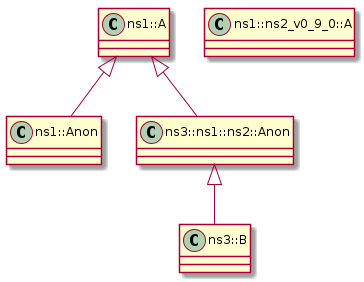
Earlier version of the PlantUML export docs/test_cases/t00015_class.png (bkryza/clang-uml). Its diagram source:
```plantuml
@startuml
class "ns1::A" as C_0000000185

class "ns1::ns2_v0_9_0::A" as C_0000000187

class "ns1::Anon" as C_0000000189

class "ns3::ns1::ns2::Anon" as C_0000000191

class "ns3::B" as C_0000000193

class C_0000000185 {
}

class C_0000000187 {
}

class C_0000000189 {
}
C_0000000185 <|-- C_0000000189

class C_0000000191 {
}
C_0000000185 <|-- C_0000000191

class C_0000000193 {
}
C_0000000191 <|-- C_0000000193

@enduml
```
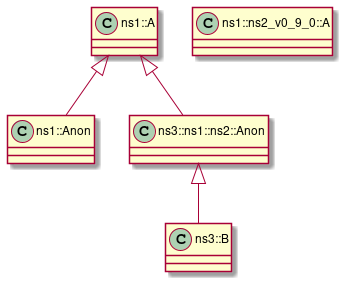
After the commit.

Diff of the diagram source:
```diff
@@ -1,30 +1,30 @@
 @startuml
-class "ns1::A" as C_0000000185
+class "ns1::A" as C_0000000243
 
-class "ns1::ns2_v0_9_0::A" as C_0000000187
+class "ns1::ns2_v0_9_0::A" as C_0000000245
 
-class "ns1::Anon" as C_0000000189
+class "ns1::Anon" as C_0000000247
 
-class "ns3::ns1::ns2::Anon" as C_0000000191
+class "ns3::ns1::ns2::Anon" as C_0000000249
 
-class "ns3::B" as C_0000000193
+class "ns3::B" as C_0000000251
 
-class C_0000000185 {
+class C_0000000243 {
 }
 
-class C_0000000187 {
+class C_0000000245 {
 }
 
-class C_0000000189 {
+class C_0000000247 {
 }
-C_0000000185 <|-- C_0000000189
+C_0000000243 <|-- C_0000000247
 
-class C_0000000191 {
+class C_0000000249 {
 }
-C_0000000185 <|-- C_0000000191
+C_0000000243 <|-- C_0000000249
 
-class C_0000000193 {
+class C_0000000251 {
 }
-C_0000000191 <|-- C_0000000193
+C_0000000249 <|-- C_0000000251
 
 @enduml
```
